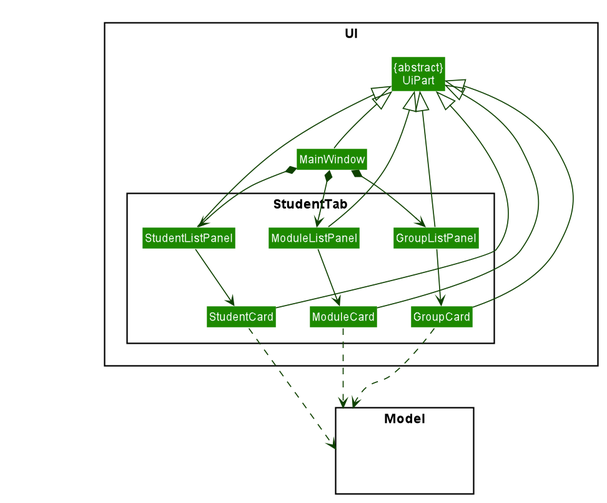
The PlantUML diagram docs/images/StudentTabClassDiagram.png in nus-cs2103-AY1920S2/addressbook-level3, before a commit.
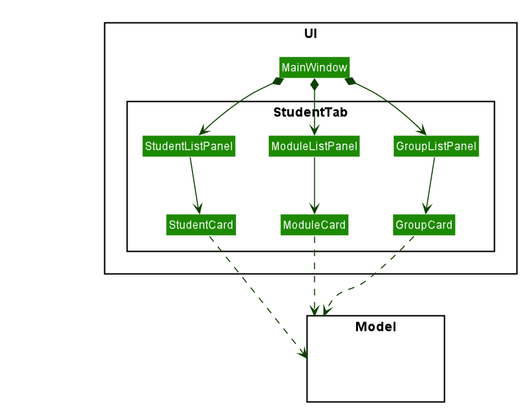
Above is the later version.

The edit, as a diff of the source:
```diff
@@ -52,7 +52,6 @@
 skinparam classBackgroundColor #1D8900
 
 package UI <<Rectangle>>{
-Class "{abstract}\nUiPart" as UiPart
 Class MainWindow
 package StudentTab{
 Class StudentListPanel
@@ -79,18 +78,8 @@
 ModuleListPanel --> ModuleCard
 GroupListPanel --> GroupCard
 
-MainWindow -up-|> UiPart
-
-StudentListPanel -up-|> UiPart
-StudentCard -up-|> UiPart
-ModuleListPanel -up-|> UiPart
-ModuleCard -up-|> UiPart
-GroupListPanel -up-|> UiPart
-GroupCard -up-|> UiPart
-
 StudentCard .down.> Model
 ModuleCard .down.> Model
 GroupCard .down..> Model
 
-MainWindow -[hidden]-|> UiPart
 @enduml
```
